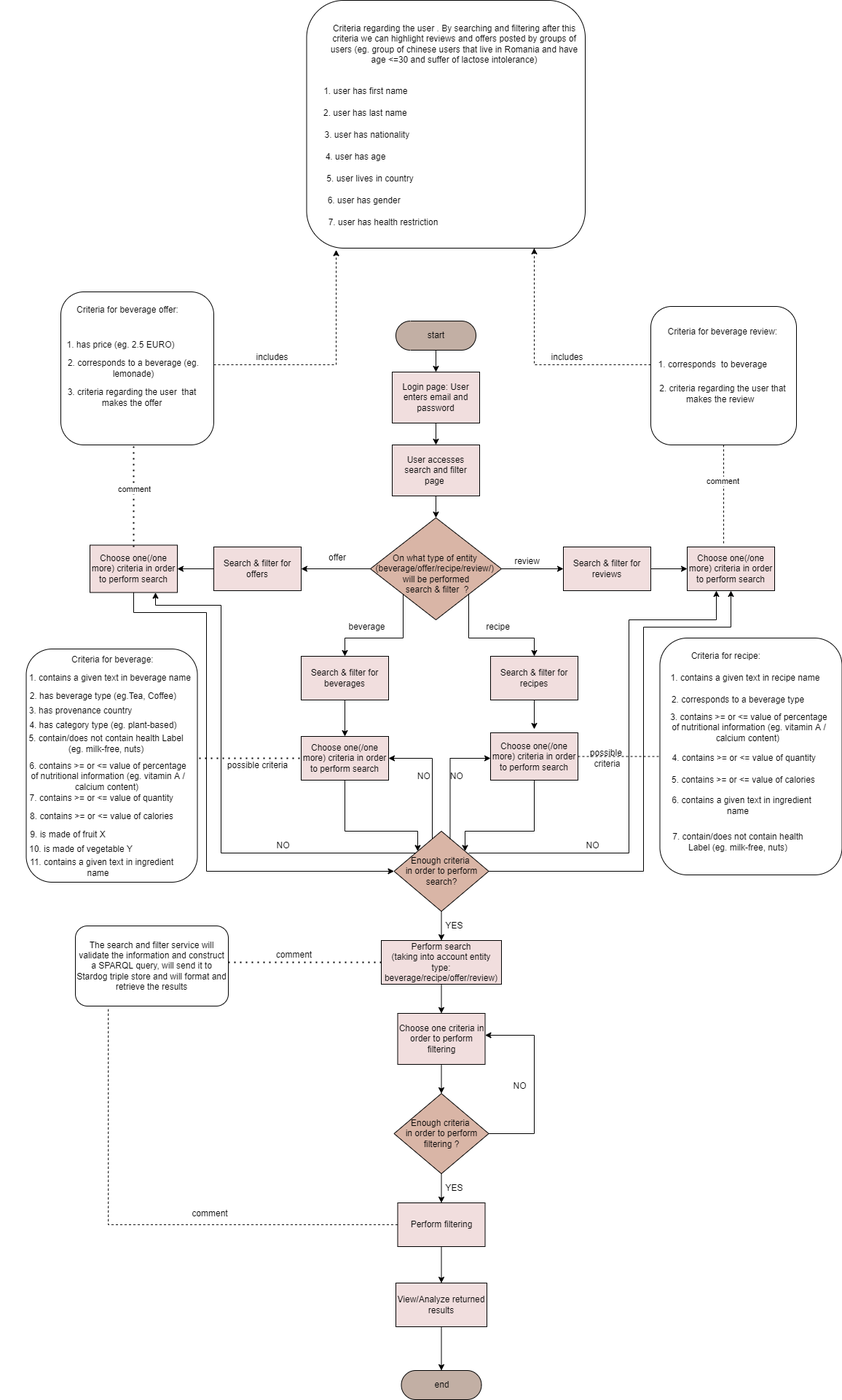
The draw.io diagram final-deliverables/scholarly-html-technical-report/res/task_search&filter.png in Elaech/Wade-BeM, before a commit. Source tidied: cells renumbered, new cells last; positions are measured from the earlier drawing's top-left corner, leaving out a move shared by most shapes.
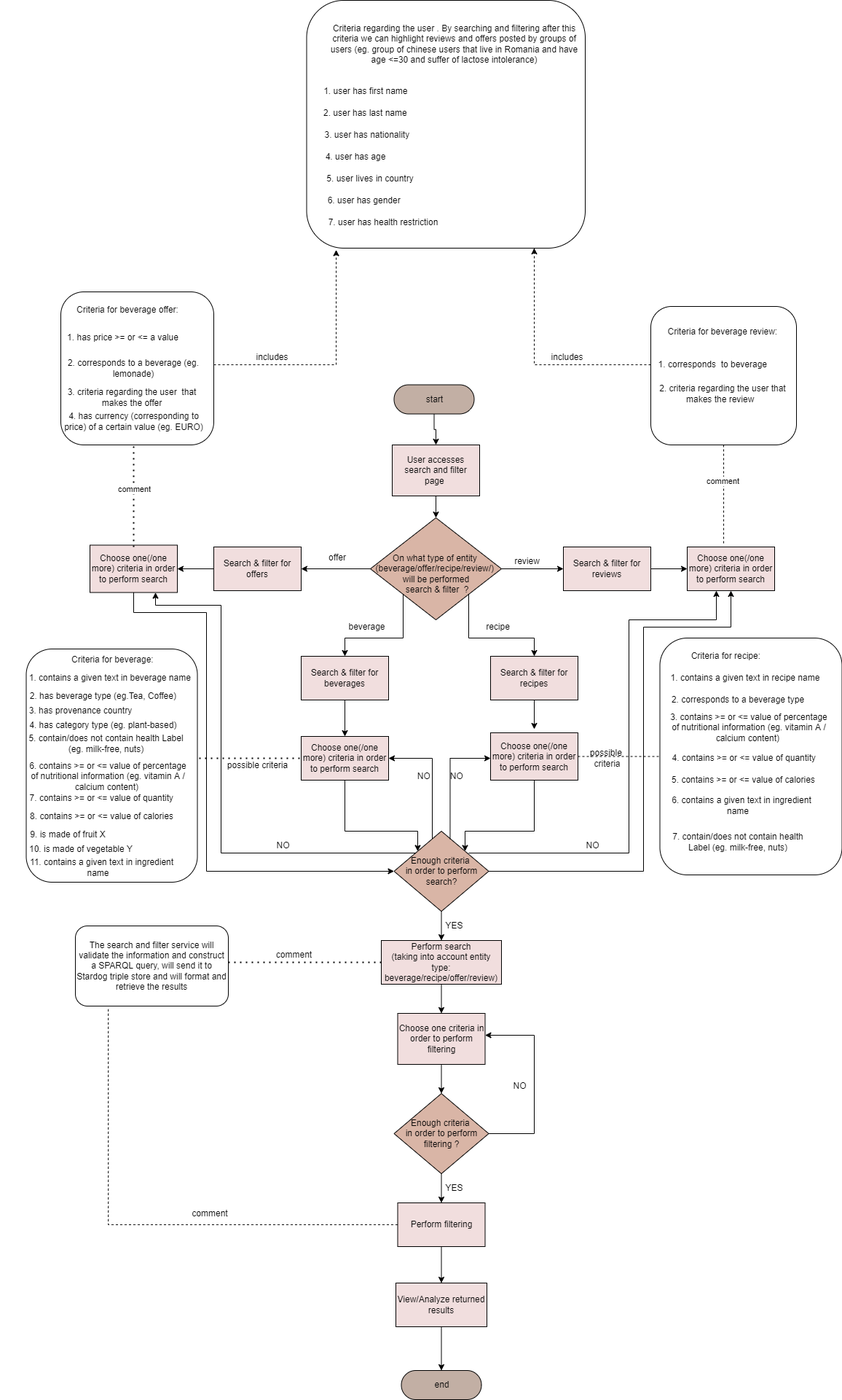
The same file after the commit.

Diff of the diagram source:
```diff
@@ -2,11 +2,8 @@
   <root>
     <mxCell id="0" />
     <mxCell id="1" parent="0" />
-    <mxCell id="2" style="edgeStyle=orthogonalEdgeStyle;rounded=0;jettySize=auto;html=1;" parent="1" edge="1" source="3" target="12">
-      <mxGeometry relative="1" as="geometry" />
-    </mxCell>
     <mxCell id="3" value="start" style="html=1;dashed=0;whitespace=wrap;shape=mxgraph.dfd.start;fillColor=#C2AFA4;" parent="1" vertex="1">
-      <mxGeometry x="542" y="440" width="110" height="40" as="geometry" />
+      <mxGeometry x="539.5" y="527.5" width="110" height="40" as="geometry" />
     </mxCell>
     <mxCell id="4" style="edgeStyle=orthogonalEdgeStyle;rounded=0;jettySize=auto;html=1;entryX=1;entryY=0.5;entryDx=0;entryDy=0;" parent="1" edge="1" source="8" target="14">
       <mxGeometry relative="1" as="geometry" />
@@ -29,12 +26,9 @@
     <mxCell id="10" value="User accesses search and filter page&amp;nbsp;" style="rounded=0;whiteSpace=wrap;html=1;fillColor=#F1DEDE;" parent="1" vertex="1">
       <mxGeometry x="537" y="610" width="120" height="70" as="geometry" />
     </mxCell>
-    <mxCell id="11" style="edgeStyle=orthogonalEdgeStyle;rounded=0;jettySize=auto;html=1;entryX=0.5;entryY=0;entryDx=0;entryDy=0;" parent="1" edge="1" source="12" target="10">
+    <mxCell id="11" style="edgeStyle=orthogonalEdgeStyle;rounded=0;jettySize=auto;html=1;entryX=0.5;entryY=0;entryDx=0;entryDy=0;exitX=0.5;exitY=0.5;exitDx=0;exitDy=20;exitPerimeter=0;" parent="1" edge="1" source="3" target="10">
       <mxGeometry relative="1" as="geometry" />
     </mxCell>
-    <mxCell id="12" value="Login page: User enters email and password" style="rounded=0;whiteSpace=wrap;html=1;fillColor=#F1DEDE;" parent="1" vertex="1">
-      <mxGeometry x="537" y="510" width="120" height="70" as="geometry" />
-    </mxCell>
     <mxCell id="13" style="edgeStyle=orthogonalEdgeStyle;rounded=0;jettySize=auto;html=1;entryX=1;entryY=0.5;entryDx=0;entryDy=0;startArrow=none;startFill=0;endArrow=classic;endFill=1;" parent="1" edge="1" source="14" target="75">
       <mxGeometry relative="1" as="geometry" />
     </mxCell>
@@ -354,8 +348,8 @@
     <mxCell id="95" value="Criteria for beverage offer:" style="text;html=1;strokeColor=none;fillColor=none;align=center;verticalAlign=middle;whiteSpace=wrap;rounded=0;" parent="1" vertex="1">
       <mxGeometry x="89.5" y="410" width="167.5" height="30" as="geometry" />
     </mxCell>
-    <mxCell id="96" value="1. has price&amp;nbsp;(eg. 2.5 EURO)" style="text;html=1;strokeColor=none;fillColor=none;align=center;verticalAlign=middle;whiteSpace=wrap;rounded=0;" parent="1" vertex="1">
-      <mxGeometry x="62" y="450" width="205" height="45" as="geometry" />
+    <mxCell id="96" value="1. has price &amp;gt;= or &amp;lt;= a value" style="text;html=1;strokeColor=none;fillColor=none;align=center;verticalAlign=middle;whiteSpace=wrap;rounded=0;" parent="1" vertex="1">
+      <mxGeometry x="64.5" y="440" width="205" height="45" as="geometry" />
     </mxCell>
     <mxCell id="97" value="2. corresponds to a beverage (eg. lemonade)" style="text;html=1;strokeColor=none;fillColor=none;align=center;verticalAlign=middle;whiteSpace=wrap;rounded=0;" parent="1" vertex="1">
       <mxGeometry x="72" y="485" width="220" height="40" as="geometry" />
@@ -443,5 +437,8 @@
     <mxCell id="121" value="7. contain/does not contain health Label (eg. milk-free, nuts)" style="text;html=1;strokeColor=none;fillColor=none;align=center;verticalAlign=middle;whiteSpace=wrap;rounded=0;" parent="1" vertex="1">
       <mxGeometry x="912" y="1140" width="200" height="30" as="geometry" />
     </mxCell>
+    <mxCell id="122" value="4. has currency (corresponding to price) of a certain value (eg. EURO)" style="text;html=1;strokeColor=none;fillColor=none;align=center;verticalAlign=middle;whiteSpace=wrap;rounded=0;" parent="1" vertex="1">
+      <mxGeometry x="85.8" y="562.5" width="192.5" height="30" as="geometry" />
+    </mxCell>
   </root>
 </mxGraphModel>
```
